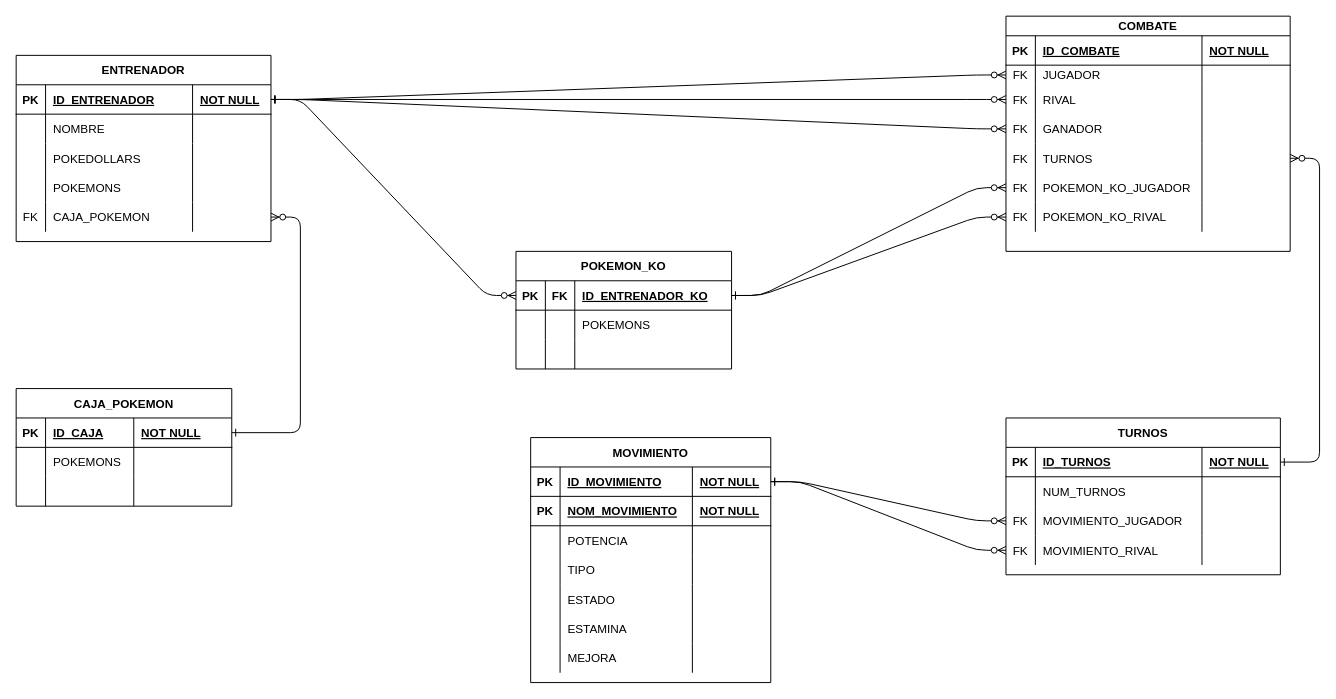
The draw.io diagram bd/Diagrama Entidad-Relacion AppPokemon.drawio in Joselu2099/AppPokemon, before the edit. Source tidied: cells renumbered, new cells numbered last; positions are measured from the earlier drawing's top-left corner, leaving out a move shared by most shapes. Both pictures are drawn from the tidied source at 98%, with x=0, y=0 at pixel (16, 16).
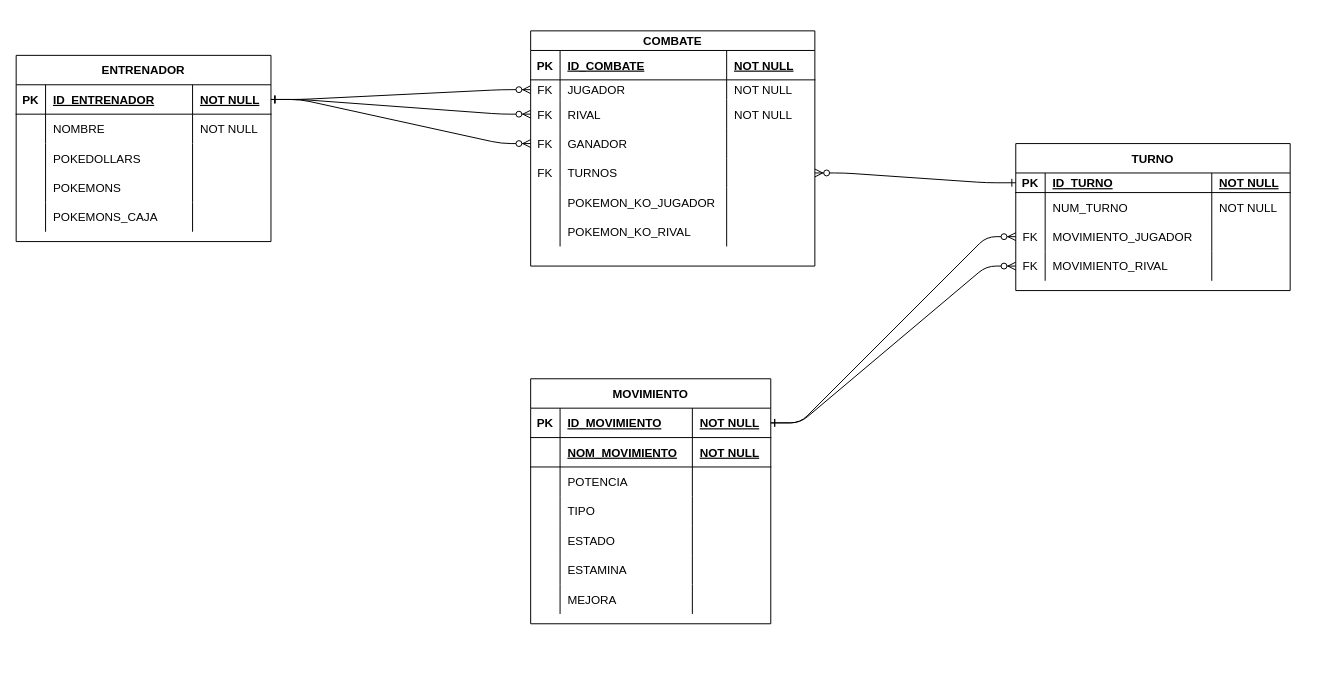
After the change.

Commit message (it also covers changes not shown here):
Entity-Relation Corrected

Unchanged cells that the change refers to:
```xml
<mxCell id="21" style="shape=partialRectangle;fillColor=none;points=[[0,0.5],[1,0.5]];portConstraint=eastwest;top=0;left=0;right=0;bottom=0;" parent="16" vertex="1">
  <mxGeometry y="50" width="290" height="20" as="geometry" />
</mxCell>
<mxCell id="25" style="shape=partialRectangle;fillColor=none;points=[[0,0.5],[1,0.5]];portConstraint=eastwest;top=0;left=0;right=0;bottom=0;" parent="16" vertex="1">
  <mxGeometry y="70" width="290" height="30" as="geometry" />
</mxCell>
<mxCell id="37" style="shape=partialRectangle;fillColor=none;points=[[0,0.5],[1,0.5]];portConstraint=eastwest;top=0;left=0;right=0;bottom=0;" parent="16" vertex="1">
  <mxGeometry y="160" width="290" height="30" as="geometry" />
</mxCell>
<mxCell id="41" style="shape=partialRectangle;fillColor=none;points=[[0,0.5],[1,0.5]];portConstraint=eastwest;top=0;left=0;right=0;bottom=0;" parent="16" vertex="1">
  <mxGeometry y="190" width="290" height="30" as="geometry" />
</mxCell>
<mxCell id="46" style="shape=partialRectangle;fillColor=none;points=[[0,0.5],[1,0.5]];portConstraint=eastwest;top=0;left=0;right=0;bottom=1;" parent="45" vertex="1">
  <mxGeometry y="30" width="260" height="30" as="geometry" />
</mxCell>
<mxCell id="50" style="shape=partialRectangle;fillColor=none;top=0;left=0;right=0;bottom=0;" parent="45" vertex="1">
  <mxGeometry y="60" width="260" height="30" as="geometry" />
</mxCell>
<mxCell id="62" style="shape=partialRectangle;fillColor=none;points=[[0,0.5],[1,0.5]];portConstraint=eastwest;top=0;left=0;right=0;bottom=0;" parent="45" vertex="1">
  <mxGeometry y="150" width="260" height="30" as="geometry" />
</mxCell>
<mxCell id="88" style="shape=partialRectangle;fillColor=none;top=0;left=0;right=0;bottom=1;" parent="83" vertex="1">
  <mxGeometry y="60" width="245" height="30" as="geometry" />
</mxCell>
```

The edit, as a diff of the source:
```diff
@@
-    <mxCell id="3" value="CAJA_POKEMON" style="shape=table;startSize=30;childLayout=tableLayout;rowLines=0;fontStyle=1;align=center;" parent="1" vertex="1">
-      <mxGeometry y="380" width="220" height="120" as="geometry" />
-    </mxCell>
-    <mxCell id="4" style="shape=partialRectangle;fillColor=none;points=[[0,0.5],[1,0.5]];portConstraint=eastwest;top=0;left=0;right=0;bottom=1;" parent="3" vertex="1">
-      <mxGeometry y="30" width="220" height="30" as="geometry" />
-    </mxCell>
-    <mxCell id="5" value="PK" style="shape=partialRectangle;overflow=hidden;fillColor=none;top=0;left=0;bottom=0;right=0;fontStyle=1;" parent="4" vertex="1">
-      <mxGeometry width="30" height="30" as="geometry" />
-    </mxCell>
-    <mxCell id="6" value="ID_CAJA" style="shape=partialRectangle;overflow=hidden;fillColor=none;top=0;left=0;bottom=0;right=0;align=left;spacingLeft=6;fontStyle=5;" parent="4" vertex="1">
-      <mxGeometry x="30" width="90" height="30" as="geometry" />
-    </mxCell>
-    <mxCell id="7" value="NOT NULL" style="shape=partialRectangle;overflow=hidden;fillColor=none;top=0;left=0;bottom=0;right=0;align=left;spacingLeft=6;fontStyle=5;" parent="4" vertex="1">
-      <mxGeometry x="120" width="100" height="30" as="geometry" />
-    </mxCell>
-    <mxCell id="8" style="shape=partialRectangle;fillColor=none;top=0;left=0;right=0;bottom=0;" parent="3" vertex="1">
-      <mxGeometry y="60" width="220" height="30" as="geometry" />
-    </mxCell>
-    <mxCell id="9" style="shape=partialRectangle;overflow=hidden;fillColor=none;top=0;left=0;bottom=0;right=0;" parent="8" vertex="1">
-      <mxGeometry width="30" height="30" as="geometry" />
-    </mxCell>
-    <mxCell id="10" value="POKEMONS" style="shape=partialRectangle;overflow=hidden;fillColor=none;top=0;left=0;bottom=0;right=0;align=left;spacingLeft=6;" parent="8" vertex="1">
-      <mxGeometry x="30" width="90" height="30" as="geometry" />
-    </mxCell>
-    <mxCell id="11" style="shape=partialRectangle;overflow=hidden;fillColor=none;top=0;left=0;bottom=0;right=0;align=left;spacingLeft=6;" parent="8" vertex="1">
-      <mxGeometry x="120" width="100" height="30" as="geometry" />
-    </mxCell>
-    <mxCell id="12" style="shape=partialRectangle;fillColor=none;top=0;left=0;right=0;bottom=0;" parent="3" vertex="1">
-      <mxGeometry y="90" width="220" height="30" as="geometry" />
-    </mxCell>
-    <mxCell id="13" style="shape=partialRectangle;overflow=hidden;fillColor=none;top=0;left=0;bottom=0;right=0;" parent="12" vertex="1">
-      <mxGeometry width="30" height="30" as="geometry" />
-    </mxCell>
-    <mxCell id="14" style="shape=partialRectangle;overflow=hidden;fillColor=none;top=0;left=0;bottom=0;right=0;align=left;spacingLeft=6;" parent="12" vertex="1">
-      <mxGeometry x="30" width="90" height="30" as="geometry" />
-    </mxCell>
-    <mxCell id="15" style="shape=partialRectangle;overflow=hidden;fillColor=none;top=0;left=0;bottom=0;right=0;align=left;spacingLeft=6;" parent="12" vertex="1">
-      <mxGeometry x="120" width="100" height="30" as="geometry" />
-    </mxCell>
     <mxCell id="16" value="COMBATE" style="shape=table;startSize=20;childLayout=tableLayout;rowLines=0;fontStyle=1;align=center;" parent="1" vertex="1">
-      <mxGeometry x="1010" width="290" height="240" as="geometry" />
+      <mxGeometry x="525" y="15" width="290" height="240" as="geometry" />
     </mxCell>
@@
-    <mxCell id="24" style="shape=partialRectangle;overflow=hidden;fillColor=none;top=0;left=0;bottom=0;right=0;align=left;spacingLeft=6;" parent="21" vertex="1">
+    <mxCell id="24" value="NOT NULL" style="shape=partialRectangle;overflow=hidden;fillColor=none;top=0;left=0;bottom=0;right=0;align=left;spacingLeft=6;" parent="21" vertex="1">
       <mxGeometry x="200" width="90" height="20" as="geometry" />
     </mxCell>
@@
-    <mxCell id="28" style="shape=partialRectangle;overflow=hidden;fillColor=none;top=0;left=0;bottom=0;right=0;align=left;spacingLeft=6;" parent="25" vertex="1">
+    <mxCell id="28" value="NOT NULL" style="shape=partialRectangle;overflow=hidden;fillColor=none;top=0;left=0;bottom=0;right=0;align=left;spacingLeft=6;" parent="25" vertex="1">
       <mxGeometry x="200" width="90" height="30" as="geometry" />
     </mxCell>
@@
-    <mxCell id="38" value="FK" style="shape=partialRectangle;overflow=hidden;fillColor=none;top=0;left=0;bottom=0;right=0;" parent="37" vertex="1">
+    <mxCell id="38" style="shape=partialRectangle;overflow=hidden;fillColor=none;top=0;left=0;bottom=0;right=0;" parent="37" vertex="1">
       <mxGeometry width="30" height="30" as="geometry" />
     </mxCell>
@@
-    <mxCell id="42" value="FK" style="shape=partialRectangle;overflow=hidden;fillColor=none;top=0;left=0;bottom=0;right=0;" parent="41" vertex="1">
+    <mxCell id="42" style="shape=partialRectangle;overflow=hidden;fillColor=none;top=0;left=0;bottom=0;right=0;" parent="41" vertex="1">
       <mxGeometry width="30" height="30" as="geometry" />
     </mxCell>
@@
-    <mxCell id="53" style="shape=partialRectangle;overflow=hidden;fillColor=none;top=0;left=0;bottom=0;right=0;align=left;spacingLeft=6;" parent="50" vertex="1">
+    <mxCell id="53" value="NOT NULL" style="shape=partialRectangle;overflow=hidden;fillColor=none;top=0;left=0;bottom=0;right=0;align=left;spacingLeft=6;" parent="50" vertex="1">
       <mxGeometry x="180" width="80" height="30" as="geometry" />
     </mxCell>
@@
-    <mxCell id="63" value="FK" style="shape=partialRectangle;overflow=hidden;fillColor=none;top=0;left=0;bottom=0;right=0;" parent="62" vertex="1">
+    <mxCell id="63" style="shape=partialRectangle;overflow=hidden;fillColor=none;top=0;left=0;bottom=0;right=0;" parent="62" vertex="1">
       <mxGeometry width="30" height="30" as="geometry" />
     </mxCell>
-    <mxCell id="64" value="CAJA_POKEMON" style="shape=partialRectangle;overflow=hidden;fillColor=none;top=0;left=0;bottom=0;right=0;align=left;spacingLeft=6;" parent="62" vertex="1">
+    <mxCell id="64" value="POKEMONS_CAJA" style="shape=partialRectangle;overflow=hidden;fillColor=none;top=0;left=0;bottom=0;right=0;align=left;spacingLeft=6;" parent="62" vertex="1">
       <mxGeometry x="30" width="150" height="30" as="geometry" />
     </mxCell>
@@
-    <mxCell id="66" value="TURNOS" style="shape=table;startSize=30;childLayout=tableLayout;rowLines=0;fontStyle=1;align=center;" parent="1" vertex="1">
-      <mxGeometry x="1010" y="410" width="280" height="160" as="geometry" />
+    <mxCell id="66" value="TURNO" style="shape=table;startSize=30;childLayout=tableLayout;rowLines=0;fontStyle=1;align=center;" parent="1" vertex="1">
+      <mxGeometry x="1020" y="130" width="280" height="150" as="geometry" />
     </mxCell>
     <mxCell id="67" style="shape=partialRectangle;fillColor=none;points=[[0,0.5],[1,0.5]];portConstraint=eastwest;top=0;left=0;right=0;bottom=1;" parent="66" vertex="1">
-      <mxGeometry y="30" width="280" height="30" as="geometry" />
+      <mxGeometry y="30" width="280" height="20" as="geometry" />
     </mxCell>
     <mxCell id="68" value="PK" style="shape=partialRectangle;overflow=hidden;fillColor=none;top=0;left=0;bottom=0;right=0;fontStyle=1;" parent="67" vertex="1">
-      <mxGeometry width="30" height="30" as="geometry" />
+      <mxGeometry width="30" height="20" as="geometry" />
     </mxCell>
-    <mxCell id="69" value="ID_TURNOS" style="shape=partialRectangle;overflow=hidden;fillColor=none;top=0;left=0;bottom=0;right=0;align=left;spacingLeft=6;fontStyle=5;" parent="67" vertex="1">
-      <mxGeometry x="30" width="170" height="30" as="geometry" />
+    <mxCell id="69" value="ID_TURNO" style="shape=partialRectangle;overflow=hidden;fillColor=none;top=0;left=0;bottom=0;right=0;align=left;spacingLeft=6;fontStyle=5;" parent="67" vertex="1">
+      <mxGeometry x="30" width="170" height="20" as="geometry" />
     </mxCell>
     <mxCell id="70" value="NOT NULL" style="shape=partialRectangle;overflow=hidden;fillColor=none;top=0;left=0;bottom=0;right=0;align=left;spacingLeft=6;fontStyle=5;" parent="67" vertex="1">
-      <mxGeometry x="200" width="80" height="30" as="geometry" />
+      <mxGeometry x="200" width="80" height="20" as="geometry" />
     </mxCell>
     <mxCell id="71" style="shape=partialRectangle;fillColor=none;top=0;left=0;right=0;bottom=0;" parent="66" vertex="1">
-      <mxGeometry y="60" width="280" height="30" as="geometry" />
+      <mxGeometry y="50" width="280" height="30" as="geometry" />
     </mxCell>
@@
-    <mxCell id="73" value="NUM_TURNOS" style="shape=partialRectangle;overflow=hidden;fillColor=none;top=0;left=0;bottom=0;right=0;align=left;spacingLeft=6;" parent="71" vertex="1">
+    <mxCell id="73" value="NUM_TURNO" style="shape=partialRectangle;overflow=hidden;fillColor=none;top=0;left=0;bottom=0;right=0;align=left;spacingLeft=6;" parent="71" vertex="1">
       <mxGeometry x="30" width="170" height="30" as="geometry" />
     </mxCell>
-    <mxCell id="74" style="shape=partialRectangle;overflow=hidden;fillColor=none;top=0;left=0;bottom=0;right=0;align=left;spacingLeft=6;" parent="71" vertex="1">
+    <mxCell id="74" value="NOT NULL" style="shape=partialRectangle;overflow=hidden;fillColor=none;top=0;left=0;bottom=0;right=0;align=left;spacingLeft=6;" parent="71" vertex="1">
       <mxGeometry x="200" width="80" height="30" as="geometry" />
     </mxCell>
     <mxCell id="75" style="shape=partialRectangle;fillColor=none;points=[[0,0.5],[1,0.5]];portConstraint=eastwest;top=0;left=0;right=0;bottom=0;" parent="66" vertex="1">
-      <mxGeometry y="90" width="280" height="30" as="geometry" />
+      <mxGeometry y="80" width="280" height="30" as="geometry" />
     </mxCell>
@@
     <mxCell id="79" style="shape=partialRectangle;fillColor=none;points=[[0,0.5],[1,0.5]];portConstraint=eastwest;top=0;left=0;right=0;bottom=0;" parent="66" vertex="1">
-      <mxGeometry y="120" width="280" height="30" as="geometry" />
+      <mxGeometry y="110" width="280" height="30" as="geometry" />
     </mxCell>
@@
     <mxCell id="83" value="MOVIMIENTO" style="shape=table;startSize=30;childLayout=tableLayout;rowLines=0;fontStyle=1;align=center;" parent="1" vertex="1">
-      <mxGeometry x="525" y="430" width="245" height="250" as="geometry" />
+      <mxGeometry x="525" y="370" width="245" height="250" as="geometry" />
     </mxCell>
@@
-    <mxCell id="89" value="PK" style="shape=partialRectangle;overflow=hidden;fillColor=none;top=0;left=0;bottom=0;right=0;fontStyle=1;" parent="88" vertex="1">
+    <mxCell id="89" style="shape=partialRectangle;overflow=hidden;fillColor=none;top=0;left=0;bottom=0;right=0;fontStyle=1;" parent="88" vertex="1">
       <mxGeometry width="30" height="30" as="geometry" />
     </mxCell>
@@
-    <mxCell id="112" value="POKEMON_KO" style="shape=table;startSize=30;childLayout=tableLayout;rowLines=0;fontStyle=1;align=center;" parent="1" vertex="1">
-      <mxGeometry x="510" y="240" width="220" height="120" as="geometry" />
-    </mxCell>
-    <mxCell id="113" style="shape=partialRectangle;fillColor=none;points=[[0,0.5],[1,0.5]];portConstraint=eastwest;top=0;left=0;right=0;bottom=1;" parent="112" vertex="1">
-      <mxGeometry y="30" width="220" height="30" as="geometry" />
-    </mxCell>
-    <mxCell id="114" value="PK" style="shape=partialRectangle;overflow=hidden;fillColor=none;top=0;left=0;bottom=0;right=0;fontStyle=1;" parent="113" vertex="1">
-      <mxGeometry width="30" height="30" as="geometry" />
-    </mxCell>
-    <mxCell id="115" value="FK" style="shape=partialRectangle;overflow=hidden;fillColor=none;top=0;left=0;bottom=0;right=0;fontStyle=1;" parent="113" vertex="1">
-      <mxGeometry x="30" width="30" height="30" as="geometry" />
-    </mxCell>
-    <mxCell id="116" value="ID_ENTRENADOR_KO" style="shape=partialRectangle;overflow=hidden;fillColor=none;top=0;left=0;bottom=0;right=0;align=left;spacingLeft=6;fontStyle=5;" parent="113" vertex="1">
-      <mxGeometry x="60" width="160" height="30" as="geometry" />
-    </mxCell>
-    <mxCell id="117" style="shape=partialRectangle;fillColor=none;top=0;left=0;right=0;bottom=0;" parent="112" vertex="1">
-      <mxGeometry y="60" width="220" height="30" as="geometry" />
-    </mxCell>
-    <mxCell id="118" style="shape=partialRectangle;overflow=hidden;fillColor=none;top=0;left=0;bottom=0;right=0;" parent="117" vertex="1">
-      <mxGeometry width="30" height="30" as="geometry" />
-    </mxCell>
-    <mxCell id="119" style="shape=partialRectangle;overflow=hidden;fillColor=none;top=0;left=0;bottom=0;right=0;" parent="117" vertex="1">
-      <mxGeometry x="30" width="30" height="30" as="geometry" />
-    </mxCell>
-    <mxCell id="120" value="POKEMONS" style="shape=partialRectangle;overflow=hidden;fillColor=none;top=0;left=0;bottom=0;right=0;align=left;spacingLeft=6;" parent="117" vertex="1">
-      <mxGeometry x="60" width="160" height="30" as="geometry" />
-    </mxCell>
-    <mxCell id="121" style="shape=partialRectangle;fillColor=none;top=0;left=0;right=0;bottom=0;" parent="112" vertex="1">
-      <mxGeometry y="90" width="220" height="30" as="geometry" />
-    </mxCell>
-    <mxCell id="122" style="shape=partialRectangle;overflow=hidden;fillColor=none;top=0;left=0;bottom=0;right=0;" parent="121" vertex="1">
-      <mxGeometry width="30" height="30" as="geometry" />
-    </mxCell>
-    <mxCell id="123" style="shape=partialRectangle;overflow=hidden;fillColor=none;top=0;left=0;bottom=0;right=0;" parent="121" vertex="1">
-      <mxGeometry x="30" width="30" height="30" as="geometry" />
-    </mxCell>
-    <mxCell id="124" style="shape=partialRectangle;overflow=hidden;fillColor=none;top=0;left=0;bottom=0;right=0;align=left;spacingLeft=6;" parent="121" vertex="1">
-      <mxGeometry x="60" width="160" height="30" as="geometry" />
-    </mxCell>
@@
-    <mxCell id="128" style="edgeStyle=entityRelationEdgeStyle;endArrow=ERzeroToMany;startArrow=ERone;endFill=1;startFill=0;" parent="1" edge="1" source="113" target="37">
-      <mxGeometry relative="1" as="geometry" />
-    </mxCell>
-    <mxCell id="129" style="edgeStyle=entityRelationEdgeStyle;endArrow=ERzeroToMany;startArrow=ERone;endFill=1;startFill=0;" parent="1" edge="1" source="113" target="41">
-      <mxGeometry relative="1" as="geometry" />
-    </mxCell>
@@
-    <mxCell id="132" style="edgeStyle=entityRelationEdgeStyle;endArrow=ERzeroToMany;startArrow=ERone;endFill=1;startFill=0;" parent="1" edge="1" source="46" target="113">
-      <mxGeometry relative="1" as="geometry" />
-    </mxCell>
-    <mxCell id="133" style="edgeStyle=entityRelationEdgeStyle;endArrow=ERzeroToMany;startArrow=ERone;endFill=1;startFill=0;" parent="1" edge="1" source="4" target="62">
-      <mxGeometry relative="1" as="geometry" />
-    </mxCell>
```
